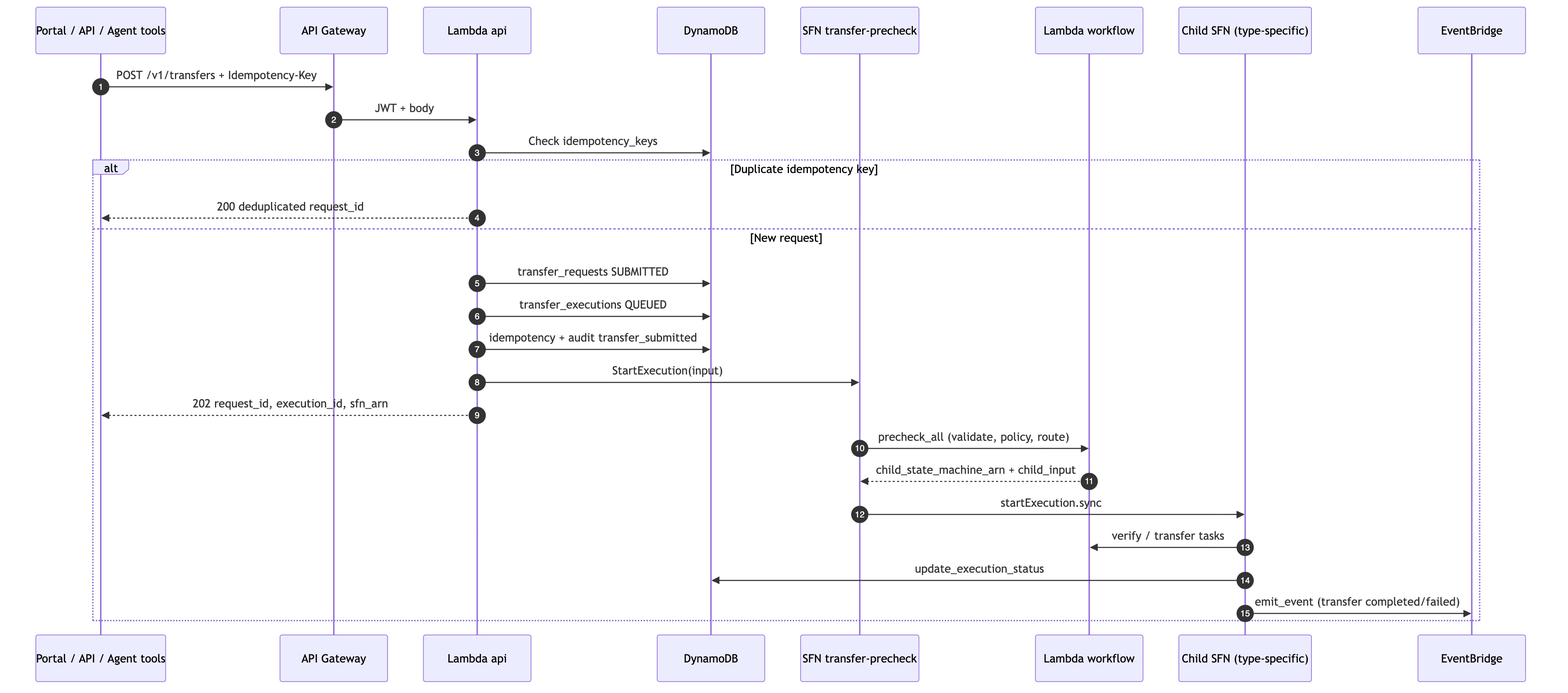
This is docs/sequence-diagrams/png/UC-T00.png from bayareala8s/BayRelayAI, a Mermaid export, as it was before one commit. Its source is kept beside it as docs/sequence-diagrams/mmd/UC-T00.mmd.
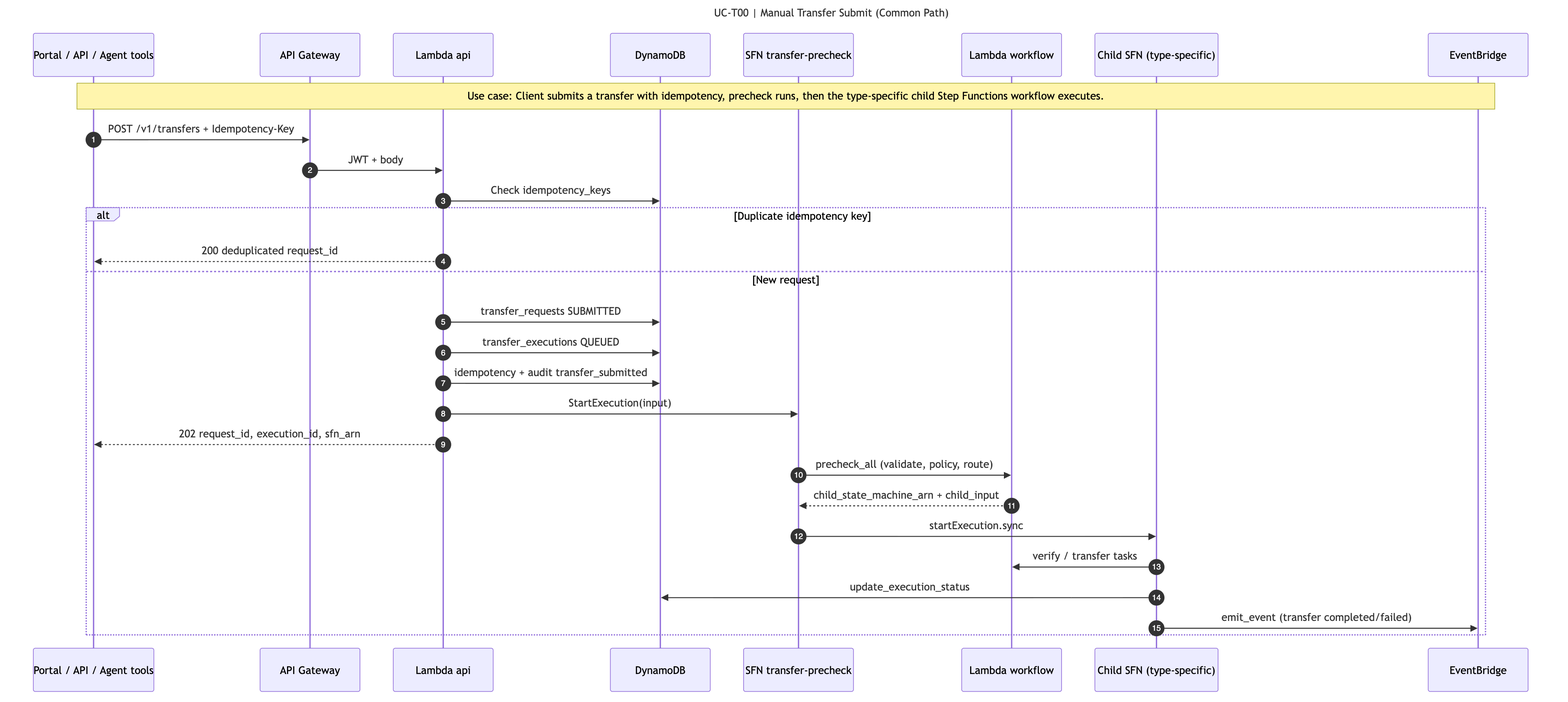
Later version of the same file.

Change to the diagram source:
```diff
@@ -1,3 +1,6 @@
+---
+title: UC-T00 | Manual Transfer Submit (Common Path)
+---
 sequenceDiagram
   autonumber
   participant Client as Portal / API / Agent tools
@@ -8,6 +11,7 @@
   participant WF as Lambda workflow
   participant Child as Child SFN (type-specific)
   participant EB as EventBridge
+  Note over Client,EB: Use case: Client submits a transfer with idempotency, precheck runs, then the type-specific child Step Functions workflow executes.
 
   Client->>APIGW: POST /v1/transfers + Idempotency-Key
   APIGW->>API: JWT + body
```
